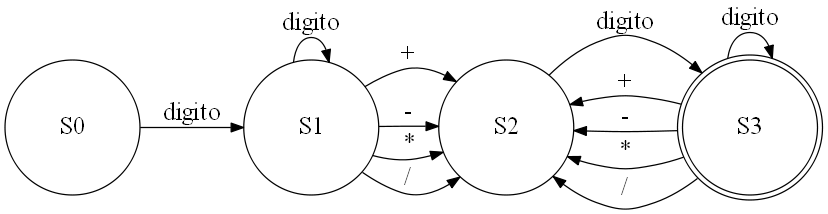
montherbasir/Practica1_OLC1 keeps this Graphviz diagram as afd_operaciones.png. Above is the earlier version. Its source is kept beside it as afd_operaciones.dot. Source of this version:
```dot
digraph {
overlap = false;
splines = true;
rankdir = LR;
node [shape=circle, height=0.5, width=1.5, fontsize=20];
edge [fontsize=20];
graph[dpi=90];

"S0" [label="S0"];
"S1" [label="S1"];
"S2" [label="S2"];
"S3" [label="S3", peripheries=2];
"S0" -> "S1"[label="digito"];"S1" -> "S1"[label="digito"];"S1" -> "S2"[label="+"];"S1" -> "S2"[label="-"];"S1" -> "S2"[label="*"];"S1" -> "S2"[label="/"];"S2" -> "S3"[label="digito"];"S3" -> "S3"[label="digito"];"S3" -> "S2"[label="+"];"S3" -> "S2"[label="-"];"S3" -> "S2"[label="*"];"S3" -> "S2"[label="/"];}
```
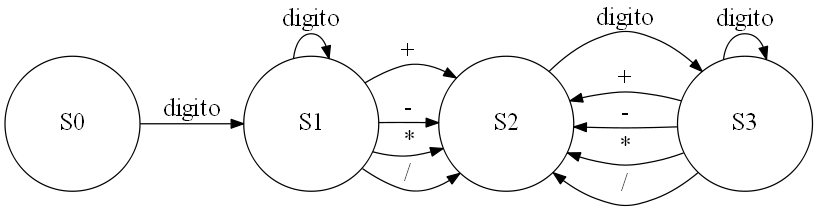
Above is the later version.

Diff of the diagram source:
```diff
@@ -9,5 +9,5 @@
 "S0" [label="S0"];
 "S1" [label="S1"];
 "S2" [label="S2"];
-"S3" [label="S3", peripheries=2];
+"S3" [label="S3"];
 "S0" -> "S1"[label="digito"];"S1" -> "S1"[label="digito"];"S1" -> "S2"[label="+"];"S1" -> "S2"[label="-"];"S1" -> "S2"[label="*"];"S1" -> "S2"[label="/"];"S2" -> "S3"[label="digito"];"S3" -> "S3"[label="digito"];"S3" -> "S2"[label="+"];"S3" -> "S2"[label="-"];"S3" -> "S2"[label="*"];"S3" -> "S2"[label="/"];}
```
